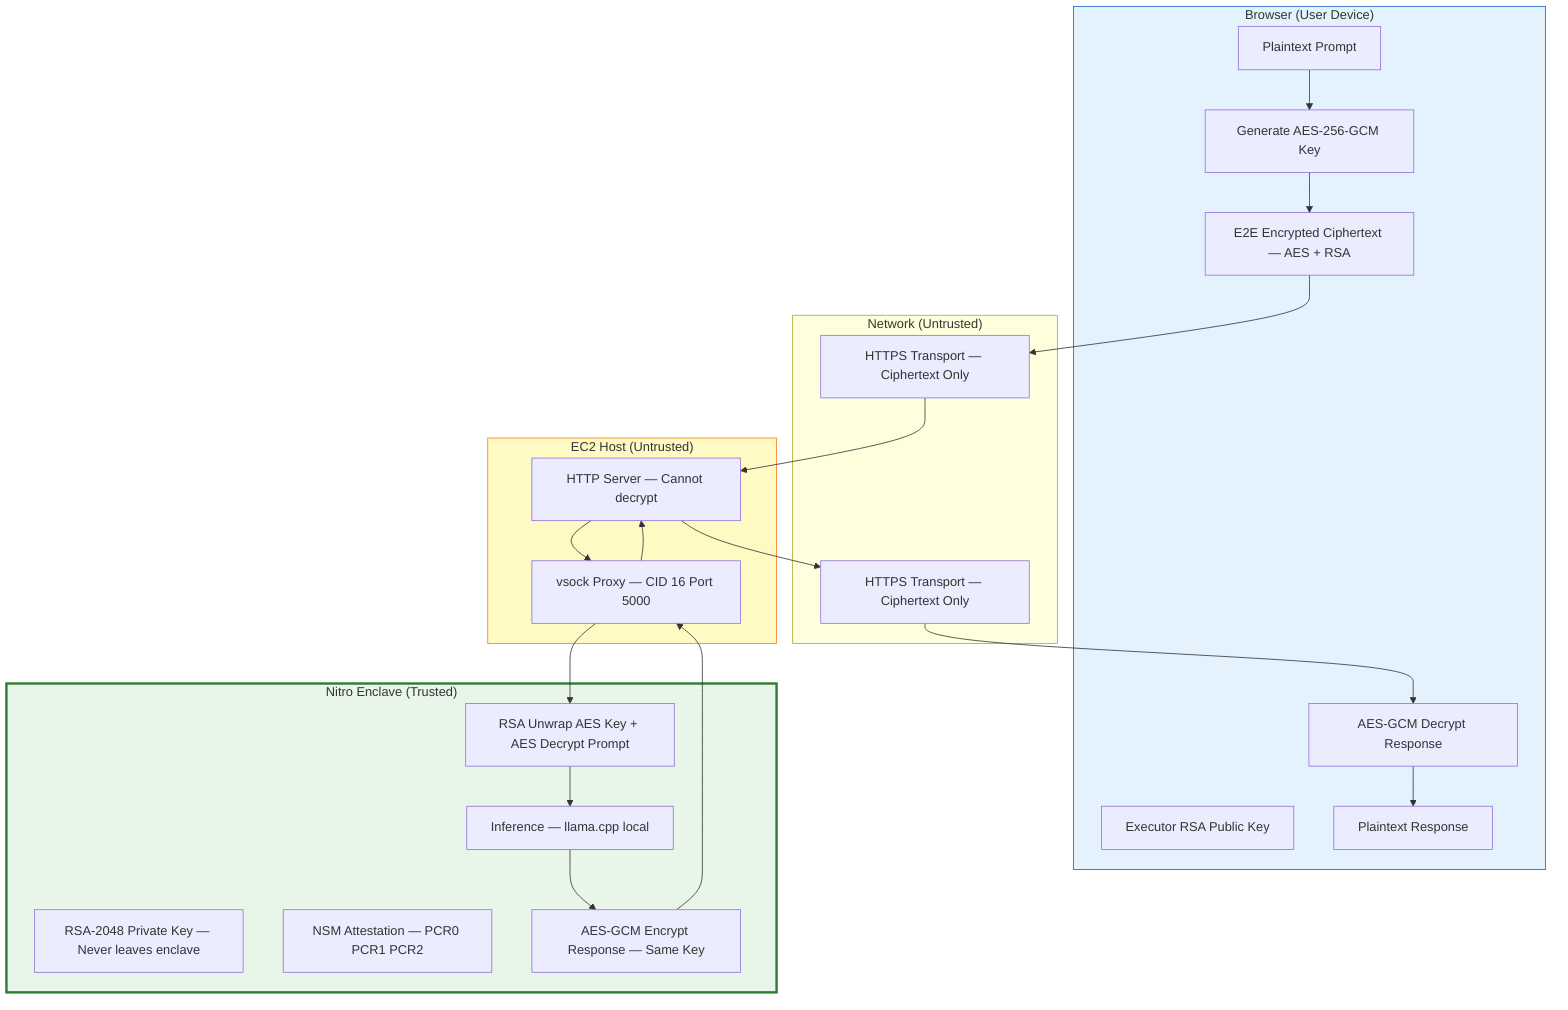
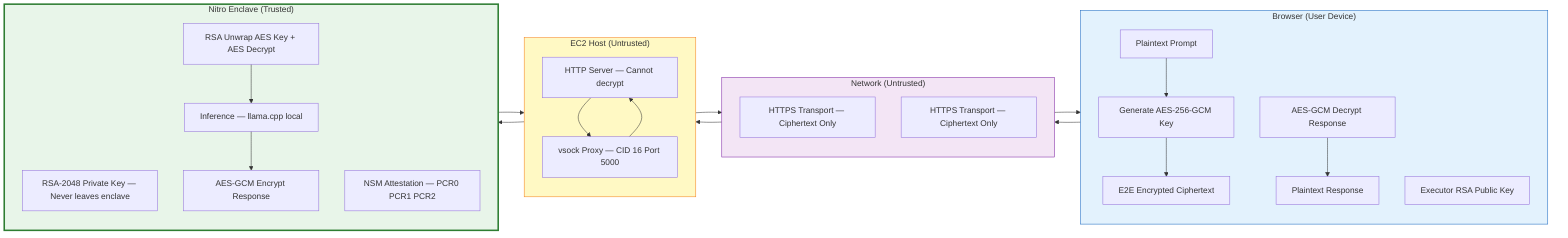
- flowchart TB
+ flowchart LR
    subgraph Browser["Browser (User Device)"]
+         direction TB
        Prompt[Plaintext Prompt]
        GenAES[Generate AES-256-GCM Key]
        PubKey[Executor RSA Public Key]
-         EncPrompt[E2E Encrypted Ciphertext — AES + RSA]
+         EncPrompt[E2E Encrypted Ciphertext]
        DecryptResp[AES-GCM Decrypt Response]
        PlainResp[Plaintext Response]
+ 
+         Prompt --> GenAES
+         GenAES --> EncPrompt
+         DecryptResp --> PlainResp
    end

    subgraph Network["Network (Untrusted)"]
+         direction TB
        HTTPS_Up[HTTPS Transport — Ciphertext Only]
        HTTPS_Down[HTTPS Transport — Ciphertext Only]
    end

    subgraph Host["EC2 Host (Untrusted)"]
+         direction TB
        API[HTTP Server — Cannot decrypt]
        VsockProxy[vsock Proxy — CID 16 Port 5000]
+ 
+         API --> VsockProxy
    end

    subgraph Enclave["Nitro Enclave (Trusted)"]
+         direction TB
        PrivKey[RSA-2048 Private Key — Never leaves enclave]
-         DecryptEngine[RSA Unwrap AES Key + AES Decrypt Prompt]
+         DecryptEngine[RSA Unwrap AES Key + AES Decrypt]
        LLM[Inference — llama.cpp local]
        AttestNSM[NSM Attestation — PCR0 PCR1 PCR2]
-         EncResult[AES-GCM Encrypt Response — Same Key]
+         EncResult[AES-GCM Encrypt Response]
+ 
+         DecryptEngine --> LLM
+         LLM --> EncResult
    end

-     Prompt --> GenAES
-     GenAES --> EncPrompt
    EncPrompt --> HTTPS_Up
    HTTPS_Up --> API
-     API --> VsockProxy
    VsockProxy --> DecryptEngine
-     DecryptEngine --> LLM
-     LLM --> EncResult
    EncResult --> VsockProxy
    VsockProxy --> API
    API --> HTTPS_Down
    HTTPS_Down --> DecryptResp
-     DecryptResp --> PlainResp

    style Enclave fill:#e8f5e9,stroke:#2e7d32,stroke-width:3px
    style Host fill:#fff9c4,stroke:#f57f17
    style Browser fill:#e3f2fd,stroke:#1565c0
+     style Network fill:#f3e5f5,stroke:#7b1fa2
